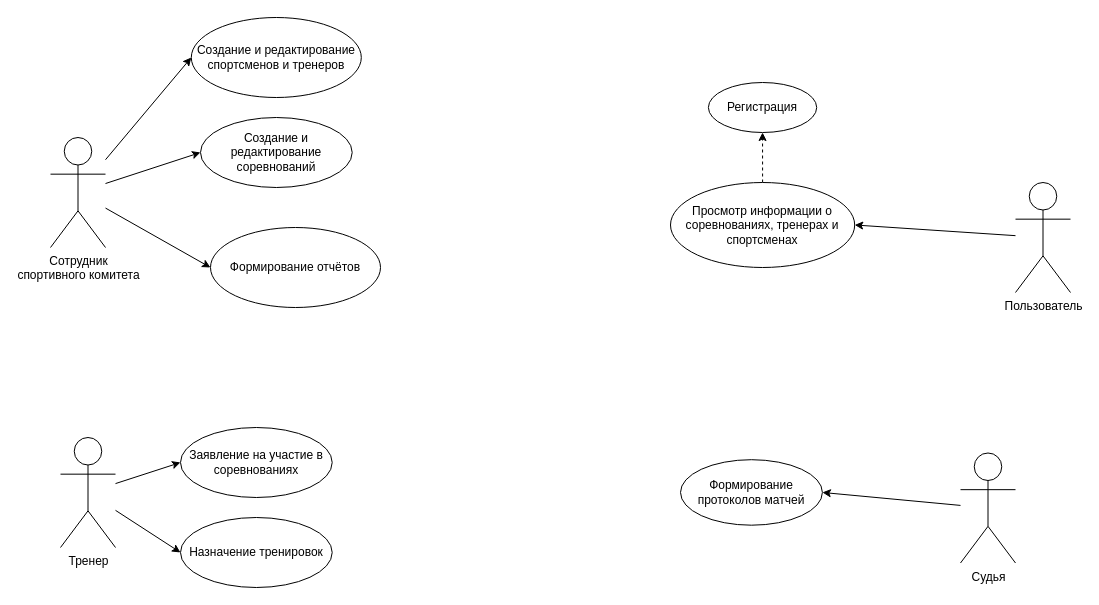
Earlier version of the draw.io diagram page "Вариантов" (4 of 8) of Диаграммы ИС «Спортивный комитет».drawio (antonch985/Education). Source tidied: cells renumbered, new cells numbered last; positions are measured from the earlier drawing's top-left corner, leaving out a move shared by most shapes. Both pictures are drawn from the tidied source at 100%, with x=0, y=0 at pixel (50, 17).
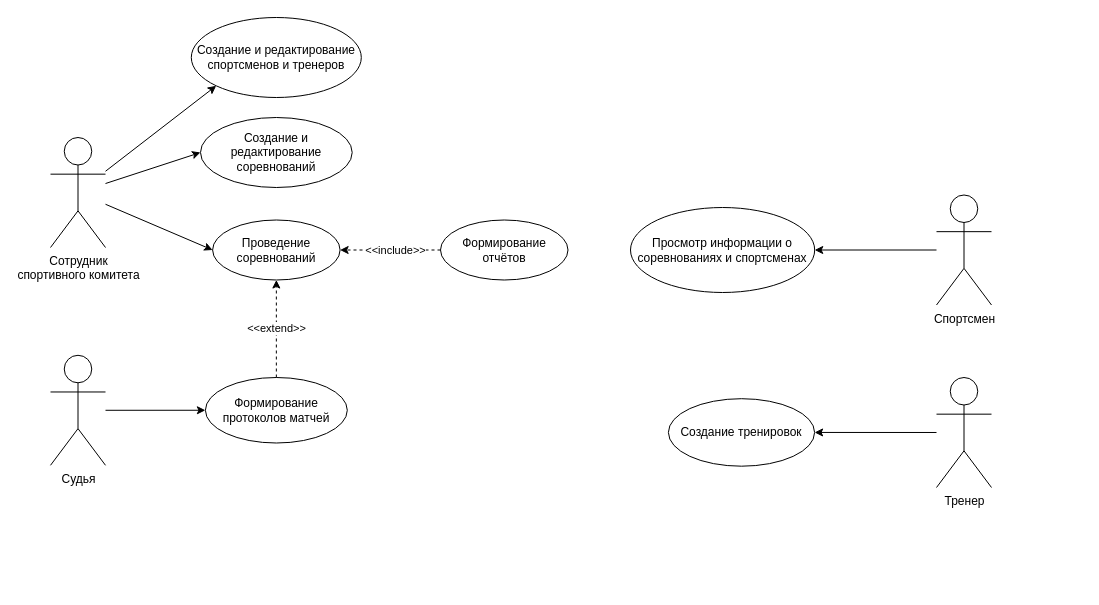
The same diagram, later.

The change refers to these unchanged cells:
```xml
<mxCell id="4" value="Сотрудник&lt;div&gt;спортивного комитета&lt;/div&gt;" style="shape=umlActor;verticalLabelPosition=bottom;verticalAlign=top;html=1;outlineConnect=0;" parent="1" vertex="1">
  <mxGeometry y="120" width="55" height="110" as="geometry" />
</mxCell>
<mxCell id="13" value="Создание и редактирование спортсменов и тренеров" style="ellipse;whiteSpace=wrap;html=1;" parent="1" vertex="1">
  <mxGeometry x="140.8" width="170" height="80" as="geometry" />
</mxCell>
```

Diff of the diagram source:
```diff
@@
-    <mxCell id="2" style="rounded=0;jettySize=auto;html=1;entryX=0;entryY=0.5;entryDx=0;entryDy=0;" parent="1" edge="1" source="4" target="13">
+    <mxCell id="2" style="rounded=0;jettySize=auto;html=1;entryX=0;entryY=1;entryDx=0;entryDy=0;" parent="1" edge="1" source="4" target="13">
       <mxGeometry relative="1" as="geometry" />
     </mxCell>
@@
-    <mxCell id="5" style="rounded=0;jettySize=auto;html=1;entryX=0;entryY=0.5;entryDx=0;entryDy=0;" parent="1" edge="1" source="7" target="15">
-      <mxGeometry relative="1" as="geometry" />
-    </mxCell>
-    <mxCell id="6" style="rounded=0;jettySize=auto;html=1;entryX=0;entryY=0.5;entryDx=0;entryDy=0;" parent="1" edge="1" source="7" target="16">
-      <mxGeometry relative="1" as="geometry" />
-    </mxCell>
-    <mxCell id="7" value="Тренер" style="shape=umlActor;verticalLabelPosition=bottom;verticalAlign=top;html=1;outlineConnect=0;" parent="1" vertex="1">
-      <mxGeometry x="10" y="420" width="55" height="110" as="geometry" />
-    </mxCell>
-    <mxCell id="8" style="rounded=0;jettySize=auto;html=1;entryX=1;entryY=0.5;entryDx=0;entryDy=0;" parent="1" edge="1" source="9" target="12">
+    <mxCell id="8" style="rounded=0;jettySize=auto;html=1;entryX=1;entryY=0.5;entryDx=0;entryDy=0;" parent="1" edge="1" source="24" target="12">
       <mxGeometry relative="1" as="geometry" />
     </mxCell>
-    <mxCell id="9" value="Пользователь" style="shape=umlActor;verticalLabelPosition=bottom;verticalAlign=top;html=1;outlineConnect=0;" parent="1" vertex="1">
-      <mxGeometry x="965" y="165" width="55" height="110" as="geometry" />
-    </mxCell>
-    <mxCell id="10" value="Регистрация" style="ellipse;whiteSpace=wrap;html=1;" parent="1" vertex="1">
-      <mxGeometry x="657.9" y="65" width="108.3" height="50" as="geometry" />
-    </mxCell>
-    <mxCell id="11" style="rounded=0;jettySize=auto;html=1;entryX=0.5;entryY=1;entryDx=0;entryDy=0;dashed=1;" parent="1" edge="1" source="12" target="10">
-      <mxGeometry relative="1" as="geometry" />
-    </mxCell>
-    <mxCell id="12" value="Просмотр информации о соревнованиях, тренерах и спортсменах" style="ellipse;whiteSpace=wrap;html=1;" parent="1" vertex="1">
-      <mxGeometry x="620" y="165" width="184.2" height="85" as="geometry" />
+    <mxCell id="12" value="Просмотр информации о соревнованиях и спортсменах" style="ellipse;whiteSpace=wrap;html=1;" parent="1" vertex="1">
+      <mxGeometry x="580" y="190" width="184.2" height="85" as="geometry" />
     </mxCell>
@@
-    <mxCell id="15" value="Заявление на участие в соревнованиях" style="ellipse;whiteSpace=wrap;html=1;" parent="1" vertex="1">
-      <mxGeometry x="130" y="410" width="151.7" height="70" as="geometry" />
-    </mxCell>
-    <mxCell id="16" value="Назначение тренировок" style="ellipse;whiteSpace=wrap;html=1;" parent="1" vertex="1">
-      <mxGeometry x="130" y="500" width="151.7" height="70" as="geometry" />
-    </mxCell>
-    <mxCell id="17" style="rounded=0;jettySize=auto;html=1;entryX=1;entryY=0.5;entryDx=0;entryDy=0;" parent="1" edge="1" source="18" target="19">
+    <mxCell id="17" style="rounded=0;jettySize=auto;html=1;entryX=0;entryY=0.5;entryDx=0;entryDy=0;" parent="1" edge="1" source="18" target="19">
       <mxGeometry relative="1" as="geometry" />
     </mxCell>
     <mxCell id="18" value="Судья" style="shape=umlActor;verticalLabelPosition=bottom;verticalAlign=top;html=1;outlineConnect=0;" parent="1" vertex="1">
-      <mxGeometry x="910" y="435.5" width="55" height="110" as="geometry" />
+      <mxGeometry y="337.8" width="55" height="110" as="geometry" />
     </mxCell>
     <mxCell id="19" value="Формирование&lt;div&gt;протоколов матчей&lt;/div&gt;" style="ellipse;whiteSpace=wrap;html=1;" parent="1" vertex="1">
-      <mxGeometry x="630" y="442.2" width="141.9" height="65.5" as="geometry" />
+      <mxGeometry x="154.9" y="360" width="141.9" height="65.5" as="geometry" />
     </mxCell>
+    <mxCell id="22" style="edgeStyle=none;rounded=0;jettySize=auto;html=1;entryX=1;entryY=0.5;entryDx=0;entryDy=0;dashed=1;" parent="1" edge="1" source="20" target="27">
+      <mxGeometry relative="1" as="geometry" />
+    </mxCell>
+    <mxCell id="23" value="&amp;lt;&amp;lt;include&amp;gt;&amp;gt;" style="edgeLabel;html=1;align=center;verticalAlign=middle;" parent="22" vertex="1">
+      <mxGeometry x="0.3" y="1" relative="1" as="geometry">
+        <mxPoint x="19" y="-1" as="offset" />
+      </mxGeometry>
+    </mxCell>
     <mxCell id="20" value="Формирование отчётов" style="ellipse;whiteSpace=wrap;html=1;" parent="1" vertex="1">
-      <mxGeometry x="160" y="210" width="170" height="80" as="geometry" />
+      <mxGeometry x="390" y="202.5" width="127.5" height="60" as="geometry" />
     </mxCell>
-    <mxCell id="21" style="rounded=0;jettySize=auto;html=1;entryX=0;entryY=0.5;entryDx=0;entryDy=0;" parent="1" edge="1" source="4" target="20">
+    <mxCell id="21" style="rounded=0;jettySize=auto;html=1;entryX=0;entryY=0.5;entryDx=0;entryDy=0;" parent="1" edge="1" source="4" target="27">
       <mxGeometry relative="1" as="geometry" />
     </mxCell>
+    <mxCell id="24" value="Спортсмен" style="shape=umlActor;verticalLabelPosition=bottom;verticalAlign=top;html=1;outlineConnect=0;" parent="1" vertex="1">
+      <mxGeometry x="886" y="177.5" width="55" height="110" as="geometry" />
+    </mxCell>
+    <mxCell id="25" style="edgeStyle=none;rounded=0;jettySize=auto;html=1;entryX=0.5;entryY=1;entryDx=0;entryDy=0;dashed=1;exitX=0.5;exitY=0;exitDx=0;exitDy=0;" parent="1" edge="1" source="19" target="27">
+      <mxGeometry relative="1" as="geometry" />
+    </mxCell>
+    <mxCell id="26" value="&amp;lt;&amp;lt;extend&amp;gt;&amp;gt;" style="edgeLabel;html=1;align=center;verticalAlign=middle;" parent="25" vertex="1">
+      <mxGeometry x="-0.33" y="2" relative="1" as="geometry">
+        <mxPoint x="2" y="-17" as="offset" />
+      </mxGeometry>
+    </mxCell>
+    <mxCell id="27" value="Проведение соревнований" style="ellipse;whiteSpace=wrap;html=1;" parent="1" vertex="1">
+      <mxGeometry x="162.1" y="202.5" width="127.5" height="60" as="geometry" />
+    </mxCell>
+    <mxCell id="28" style="rounded=0;jettySize=auto;html=1;entryX=1;entryY=0.5;entryDx=0;entryDy=0;" parent="1" edge="1" source="7" target="29">
+      <mxGeometry relative="1" as="geometry" />
+    </mxCell>
+    <mxCell id="29" value="Создание тренировок" style="ellipse;whiteSpace=wrap;html=1;" parent="1" vertex="1">
+      <mxGeometry x="617.9" y="381.2" width="146.2" height="67.5" as="geometry" />
+    </mxCell>
+    <mxCell id="7" value="Тренер" style="shape=umlActor;verticalLabelPosition=bottom;verticalAlign=top;html=1;outlineConnect=0;" parent="1" vertex="1">
+      <mxGeometry x="886" y="360" width="55" height="110" as="geometry" />
+    </mxCell>
```
